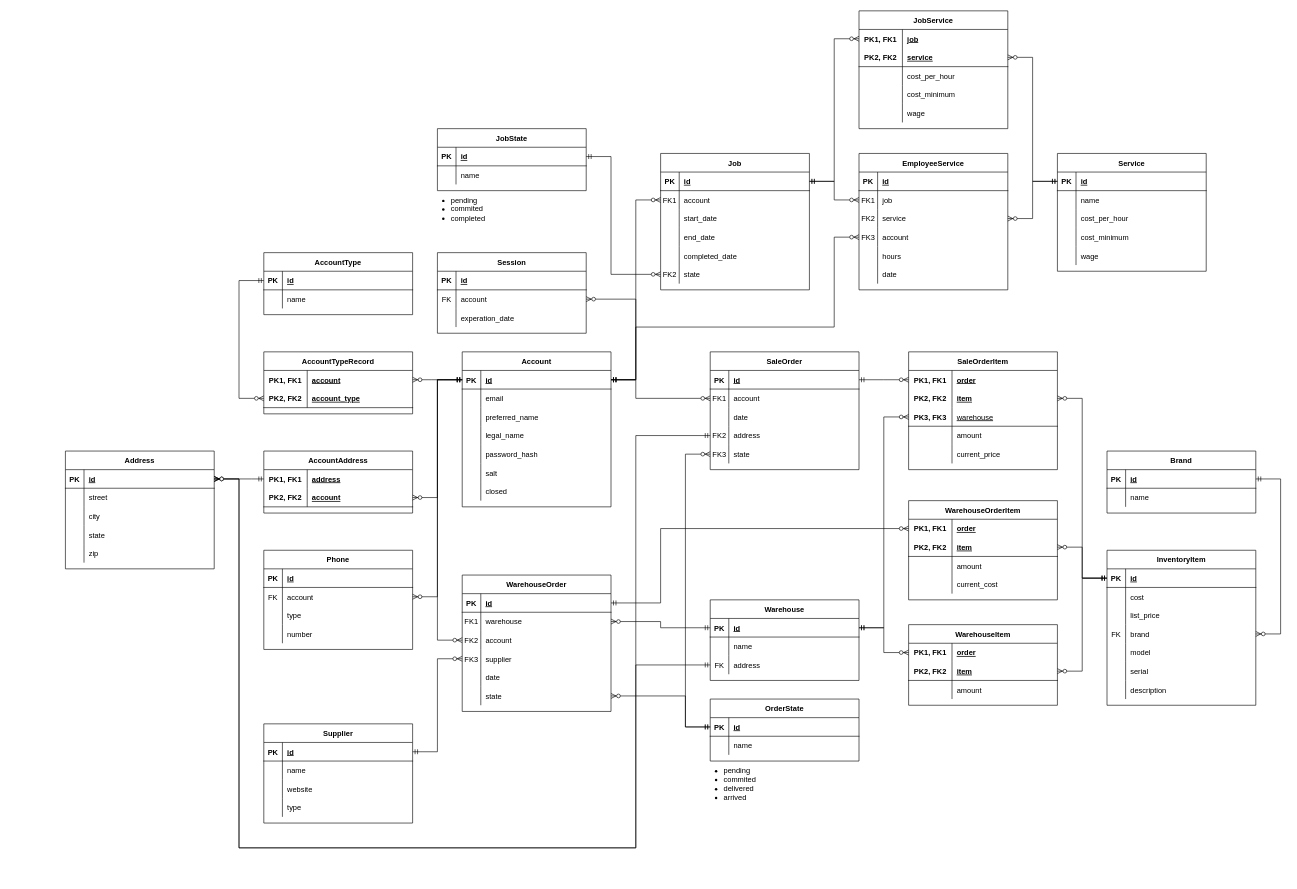
The draw.io diagram sql/schema.drawio in LucasBrunner/hrs_site, before the edit. Source tidied: cells renumbered, new cells numbered last; positions are measured from the earlier drawing's top-left corner, leaving out a move shared by most shapes. Both pictures are drawn from the tidied source at 62%, with x=0, y=0 at pixel (65, 11).
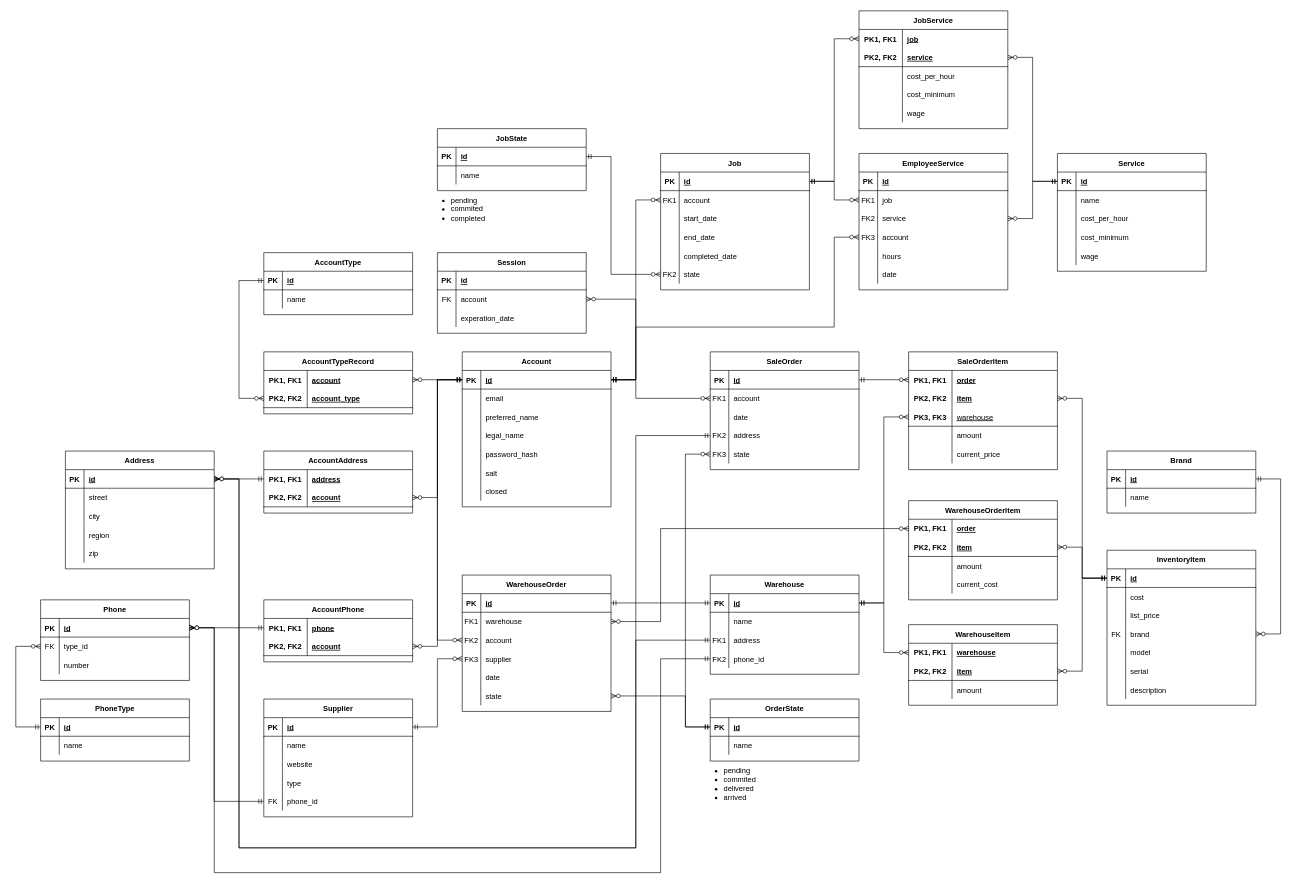
The same diagram, later.

Unchanged cells that the change refers to:
```xml
<mxCell id="3" style="shape=partialRectangle;fillColor=none;points=[[0,0.5],[1,0.5]];portConstraint=eastwest;top=0;left=0;right=0;bottom=1;" parent="2" vertex="1">
  <mxGeometry y="30" width="240" height="30" as="geometry" />
</mxCell>
<mxCell id="115" style="shape=partialRectangle;fillColor=none;points=[[0,0.5],[1,0.5]];portConstraint=eastwest;top=0;left=0;right=0;bottom=0;" parent="108" vertex="1">
  <mxGeometry y="90" width="240" height="30" as="geometry" />
</mxCell>
<mxCell id="163" style="shape=partialRectangle;fillColor=none;points=[[0,0.5],[1,0.5]];portConstraint=eastwest;top=0;left=0;right=0;bottom=0;" parent="162" vertex="1">
  <mxGeometry y="30" width="240" height="30" as="geometry" />
</mxCell>
<mxCell id="285" style="shape=partialRectangle;fillColor=none;points=[[0,0.5],[1,0.5]];portConstraint=eastwest;top=0;left=0;right=0;bottom=1;" parent="284" vertex="1">
  <mxGeometry y="30" width="240" height="30" as="geometry" />
</mxCell>
<mxCell id="294" style="shape=partialRectangle;fillColor=none;top=0;left=0;right=0;bottom=0;" parent="284" vertex="1">
  <mxGeometry y="120" width="240" height="30" as="geometry" />
</mxCell>
<mxCell id="301" style="shape=partialRectangle;fillColor=none;points=[[0,0.5],[1,0.5]];portConstraint=eastwest;top=0;left=0;right=0;bottom=1;" parent="300" vertex="1">
  <mxGeometry y="30" width="240" height="30" as="geometry" />
</mxCell>
```

Diff of the diagram source:
```diff
@@
     <mxCell id="38" value="Supplier" style="shape=table;startSize=30;childLayout=tableLayout;rowLines=0;fontStyle=1;align=center;" parent="1" vertex="1">
-      <mxGeometry x="320" y="1150" width="240" height="160" as="geometry" />
+      <mxGeometry x="320" y="1110" width="240" height="190" as="geometry" />
     </mxCell>
@@
+    <mxCell id="325" style="shape=partialRectangle;fillColor=none;points=[[0,0.5],[1,0.5]];portConstraint=eastwest;top=0;left=0;right=0;bottom=0;" parent="38" vertex="1">
+      <mxGeometry y="150" width="240" height="30" as="geometry" />
+    </mxCell>
+    <mxCell id="305" value="FK" style="shape=partialRectangle;overflow=hidden;fillColor=none;top=0;left=0;bottom=0;right=0;" parent="325" vertex="1">
+      <mxGeometry width="30" height="30" as="geometry" />
+    </mxCell>
+    <mxCell id="326" value="phone_id" style="shape=partialRectangle;overflow=hidden;fillColor=none;top=0;left=0;bottom=0;right=0;align=left;spacingLeft=6;" parent="325" vertex="1">
+      <mxGeometry x="30" width="210" height="30" as="geometry" />
+    </mxCell>
@@
     <mxCell id="108" value="Warehouse" style="shape=table;startSize=30;childLayout=tableLayout;rowLines=0;fontStyle=1;align=center;" parent="1" vertex="1">
-      <mxGeometry x="1040" y="950" width="240" height="130" as="geometry" />
+      <mxGeometry x="1040" y="910" width="240" height="160" as="geometry" />
     </mxCell>
@@
-    <mxCell id="116" value="FK" style="shape=partialRectangle;overflow=hidden;fillColor=none;top=0;left=0;bottom=0;right=0;" parent="115" vertex="1">
+    <mxCell id="116" value="FK1" style="shape=partialRectangle;overflow=hidden;fillColor=none;top=0;left=0;bottom=0;right=0;" parent="115" vertex="1">
       <mxGeometry width="30" height="30" as="geometry" />
     </mxCell>
@@
+    <mxCell id="327" style="shape=partialRectangle;fillColor=none;points=[[0,0.5],[1,0.5]];portConstraint=eastwest;top=0;left=0;right=0;bottom=0;" parent="108" vertex="1">
+      <mxGeometry y="120" width="240" height="30" as="geometry" />
+    </mxCell>
+    <mxCell id="328" value="FK2" style="shape=partialRectangle;overflow=hidden;fillColor=none;top=0;left=0;bottom=0;right=0;" parent="327" vertex="1">
+      <mxGeometry width="30" height="30" as="geometry" />
+    </mxCell>
+    <mxCell id="329" value="phone_id" style="shape=partialRectangle;overflow=hidden;fillColor=none;top=0;left=0;bottom=0;right=0;align=left;spacingLeft=6;" parent="327" vertex="1">
+      <mxGeometry x="30" width="210" height="30" as="geometry" />
+    </mxCell>
@@
-    <mxCell id="165" value="order" style="shape=partialRectangle;overflow=hidden;fillColor=none;top=0;left=0;bottom=0;right=0;align=left;spacingLeft=6;fontStyle=5;" parent="163" vertex="1">
+    <mxCell id="165" value="warehouse" style="shape=partialRectangle;overflow=hidden;fillColor=none;top=0;left=0;bottom=0;right=0;align=left;spacingLeft=6;fontStyle=5;" parent="163" vertex="1">
       <mxGeometry x="70" width="170" height="30" as="geometry" />
     </mxCell>
@@
-    <mxCell id="296" value="state" style="shape=partialRectangle;overflow=hidden;fillColor=none;top=0;left=0;bottom=0;right=0;align=left;spacingLeft=6;" parent="294" vertex="1">
+    <mxCell id="296" value="region" style="shape=partialRectangle;overflow=hidden;fillColor=none;top=0;left=0;bottom=0;right=0;align=left;spacingLeft=6;" parent="294" vertex="1">
       <mxGeometry x="30" width="210" height="30" as="geometry" />
     </mxCell>
@@
     <mxCell id="300" value="Phone" style="shape=table;startSize=30;childLayout=tableLayout;rowLines=0;fontStyle=1;align=center;" parent="1" vertex="1">
-      <mxGeometry x="320" y="870" width="240" height="160" as="geometry" />
+      <mxGeometry x="-40" y="950" width="240" height="130" as="geometry" />
     </mxCell>
@@
-    <mxCell id="304" style="shape=partialRectangle;fillColor=none;points=[[0,0.5],[1,0.5]];portConstraint=eastwest;top=0;left=0;right=0;bottom=0;" parent="300" vertex="1">
-      <mxGeometry y="60" width="240" height="30" as="geometry" />
-    </mxCell>
-    <mxCell id="305" value="FK" style="shape=partialRectangle;overflow=hidden;fillColor=none;top=0;left=0;bottom=0;right=0;" parent="304" vertex="1">
-      <mxGeometry width="30" height="30" as="geometry" />
-    </mxCell>
-    <mxCell id="306" value="account" style="shape=partialRectangle;overflow=hidden;fillColor=none;top=0;left=0;bottom=0;right=0;align=left;spacingLeft=6;" parent="304" vertex="1">
-      <mxGeometry x="30" width="210" height="30" as="geometry" />
-    </mxCell>
     <mxCell id="307" style="shape=partialRectangle;fillColor=none;points=[[0,0.5],[1,0.5]];portConstraint=eastwest;top=0;left=0;right=0;bottom=0;" parent="300" vertex="1">
-      <mxGeometry y="90" width="240" height="30" as="geometry" />
+      <mxGeometry y="60" width="240" height="30" as="geometry" />
     </mxCell>
-    <mxCell id="308" style="shape=partialRectangle;overflow=hidden;fillColor=none;top=0;left=0;bottom=0;right=0;" parent="307" vertex="1">
+    <mxCell id="308" value="FK" style="shape=partialRectangle;overflow=hidden;fillColor=none;top=0;left=0;bottom=0;right=0;" parent="307" vertex="1">
       <mxGeometry width="30" height="30" as="geometry" />
     </mxCell>
-    <mxCell id="309" value="type" style="shape=partialRectangle;overflow=hidden;fillColor=none;top=0;left=0;bottom=0;right=0;align=left;spacingLeft=6;" parent="307" vertex="1">
+    <mxCell id="309" value="type_id" style="shape=partialRectangle;overflow=hidden;fillColor=none;top=0;left=0;bottom=0;right=0;align=left;spacingLeft=6;" parent="307" vertex="1">
       <mxGeometry x="30" width="210" height="30" as="geometry" />
     </mxCell>
     <mxCell id="310" style="shape=partialRectangle;fillColor=none;top=0;left=0;right=0;bottom=0;" parent="300" vertex="1">
-      <mxGeometry y="120" width="240" height="30" as="geometry" />
+      <mxGeometry y="90" width="240" height="30" as="geometry" />
     </mxCell>
@@
-    <mxCell id="314" style="edgeStyle=elbowEdgeStyle;fontSize=12;html=1;endArrow=ERzeroToMany;startArrow=ERmandOne;rounded=0;exitX=0;exitY=0.5;exitDx=0;exitDy=0;entryX=1;entryY=0.5;entryDx=0;entryDy=0;" parent="1" edge="1" source="3" target="304">
+    <mxCell id="314" style="edgeStyle=elbowEdgeStyle;fontSize=12;html=1;endArrow=ERzeroToMany;startArrow=ERmandOne;rounded=0;exitX=0;exitY=0.5;exitDx=0;exitDy=0;entryX=1;entryY=0.5;entryDx=0;entryDy=0;" parent="1" edge="1" source="3" target="334">
       <mxGeometry relative="1" as="geometry">
         <Array as="points">
           <mxPoint x="600" y="840" />
           <mxPoint x="610" y="730" />
         </Array>
       </mxGeometry>
     </mxCell>
@@
     <mxCell id="322" style="edgeStyle=orthogonalEdgeStyle;fontSize=12;html=1;endArrow=ERzeroToMany;startArrow=ERmandOne;rounded=0;exitX=0;exitY=0.5;exitDx=0;exitDy=0;" parent="1" edge="1" source="115" target="285">
       <mxGeometry relative="1" as="geometry">
         <Array as="points">
-          <mxPoint x="920" y="1055" />
+          <mxPoint x="920" y="1015" />
           <mxPoint x="920" y="1350" />
           <mxPoint x="280" y="1350" />
           <mxPoint x="280" y="755" />
         </Array>
       </mxGeometry>
     </mxCell>
@@
+    <mxCell id="330" value="AccountPhone" style="shape=table;startSize=30;childLayout=tableLayout;rowLines=0;fontStyle=1;align=center;" parent="1" vertex="1">
+      <mxGeometry x="320" y="950" width="240" height="100" as="geometry" />
+    </mxCell>
+    <mxCell id="331" style="shape=partialRectangle;fillColor=none;points=[[0,0.5],[1,0.5]];portConstraint=eastwest;top=0;left=0;right=0;bottom=0;" parent="330" vertex="1">
+      <mxGeometry y="30" width="240" height="30" as="geometry" />
+    </mxCell>
+    <mxCell id="332" value="PK1, FK1" style="shape=partialRectangle;overflow=hidden;fillColor=none;top=0;left=0;bottom=0;right=0;fontStyle=1;" parent="331" vertex="1">
+      <mxGeometry width="70" height="30" as="geometry" />
+    </mxCell>
+    <mxCell id="333" value="phone" style="shape=partialRectangle;overflow=hidden;fillColor=none;top=0;left=0;bottom=0;right=0;align=left;spacingLeft=6;fontStyle=5;" parent="331" vertex="1">
+      <mxGeometry x="70" width="170" height="30" as="geometry" />
+    </mxCell>
+    <mxCell id="334" style="shape=partialRectangle;fillColor=none;points=[[0,0.5],[1,0.5]];portConstraint=eastwest;top=0;left=0;right=0;bottom=1;strokeColor=default;" parent="330" vertex="1">
+      <mxGeometry y="60" width="240" height="30" as="geometry" />
+    </mxCell>
+    <mxCell id="335" value="PK2, FK2" style="shape=partialRectangle;overflow=hidden;fillColor=none;top=0;left=0;bottom=0;right=0;fontStyle=1;" parent="334" vertex="1">
+      <mxGeometry width="70" height="30" as="geometry" />
+    </mxCell>
+    <mxCell id="306" value="account" style="shape=partialRectangle;overflow=hidden;fillColor=none;top=0;left=0;bottom=0;right=0;align=left;spacingLeft=6;fontStyle=5;" parent="334" vertex="1">
+      <mxGeometry x="70" width="170" height="30" as="geometry" />
+    </mxCell>
+    <mxCell id="336" style="edgeStyle=elbowEdgeStyle;fontSize=12;html=1;endArrow=ERzeroToMany;startArrow=ERmandOne;rounded=0;entryX=1;entryY=0.5;entryDx=0;entryDy=0;exitX=0;exitY=0.5;exitDx=0;exitDy=0;" parent="1" edge="1" source="331" target="301">
+      <mxGeometry relative="1" as="geometry">
+        <Array as="points">
+          <mxPoint x="280" y="1000" />
+          <mxPoint x="400" y="815" />
+        </Array>
+      </mxGeometry>
+    </mxCell>
+    <mxCell id="337" style="edgeStyle=orthogonalEdgeStyle;fontSize=12;html=1;endArrow=ERzeroToMany;startArrow=ERmandOne;rounded=0;exitX=0;exitY=0.5;exitDx=0;exitDy=0;entryX=1;entryY=0.5;entryDx=0;entryDy=0;" parent="1" edge="1" source="327" target="301">
+      <mxGeometry relative="1" as="geometry">
+        <Array as="points">
+          <mxPoint x="960" y="1045" />
+          <mxPoint x="960" y="1390" />
+          <mxPoint x="240" y="1390" />
+          <mxPoint x="240" y="995" />
+        </Array>
+      </mxGeometry>
+    </mxCell>
+    <mxCell id="338" value="PhoneType" style="shape=table;startSize=30;childLayout=tableLayout;rowLines=0;fontStyle=1;align=center;" parent="1" vertex="1">
+      <mxGeometry x="-40" y="1110" width="240" height="100" as="geometry" />
+    </mxCell>
+    <mxCell id="339" style="shape=partialRectangle;fillColor=none;points=[[0,0.5],[1,0.5]];portConstraint=eastwest;top=0;left=0;right=0;bottom=1;" parent="338" vertex="1">
+      <mxGeometry y="30" width="240" height="30" as="geometry" />
+    </mxCell>
+    <mxCell id="340" value="PK" style="shape=partialRectangle;overflow=hidden;fillColor=none;top=0;left=0;bottom=0;right=0;fontStyle=1;" parent="339" vertex="1">
+      <mxGeometry width="30" height="30" as="geometry" />
+    </mxCell>
+    <mxCell id="341" value="id" style="shape=partialRectangle;overflow=hidden;fillColor=none;top=0;left=0;bottom=0;right=0;align=left;spacingLeft=6;fontStyle=5;" parent="339" vertex="1">
+      <mxGeometry x="30" width="210" height="30" as="geometry" />
+    </mxCell>
+    <mxCell id="304" style="shape=partialRectangle;fillColor=none;points=[[0,0.5],[1,0.5]];portConstraint=eastwest;top=0;left=0;right=0;bottom=0;" parent="338" vertex="1">
+      <mxGeometry y="60" width="240" height="30" as="geometry" />
+    </mxCell>
+    <mxCell id="342" style="shape=partialRectangle;overflow=hidden;fillColor=none;top=0;left=0;bottom=0;right=0;" parent="304" vertex="1">
+      <mxGeometry width="30" height="30" as="geometry" />
+    </mxCell>
+    <mxCell id="343" value="name" style="shape=partialRectangle;overflow=hidden;fillColor=none;top=0;left=0;bottom=0;right=0;align=left;spacingLeft=6;" parent="304" vertex="1">
+      <mxGeometry x="30" width="210" height="30" as="geometry" />
+    </mxCell>
+    <mxCell id="344" style="edgeStyle=elbowEdgeStyle;fontSize=12;html=1;endArrow=ERzeroToMany;startArrow=ERmandOne;rounded=0;entryX=0;entryY=0.5;entryDx=0;entryDy=0;exitX=0;exitY=0.5;exitDx=0;exitDy=0;" parent="1" edge="1" source="339" target="307">
+      <mxGeometry relative="1" as="geometry">
+        <Array as="points">
+          <mxPoint x="-80" y="1090" />
+          <mxPoint x="10" y="850" />
+        </Array>
+      </mxGeometry>
+    </mxCell>
+    <mxCell id="345" style="edgeStyle=elbowEdgeStyle;fontSize=12;html=1;endArrow=ERzeroToMany;startArrow=ERmandOne;rounded=0;entryX=1;entryY=0.5;entryDx=0;entryDy=0;exitX=0;exitY=0.5;exitDx=0;exitDy=0;" parent="1" edge="1" source="325" target="301">
+      <mxGeometry relative="1" as="geometry">
+        <Array as="points">
+          <mxPoint x="240" y="1200" />
+          <mxPoint x="290" y="1010" />
+          <mxPoint x="410" y="825" />
+        </Array>
+      </mxGeometry>
+    </mxCell>
```
